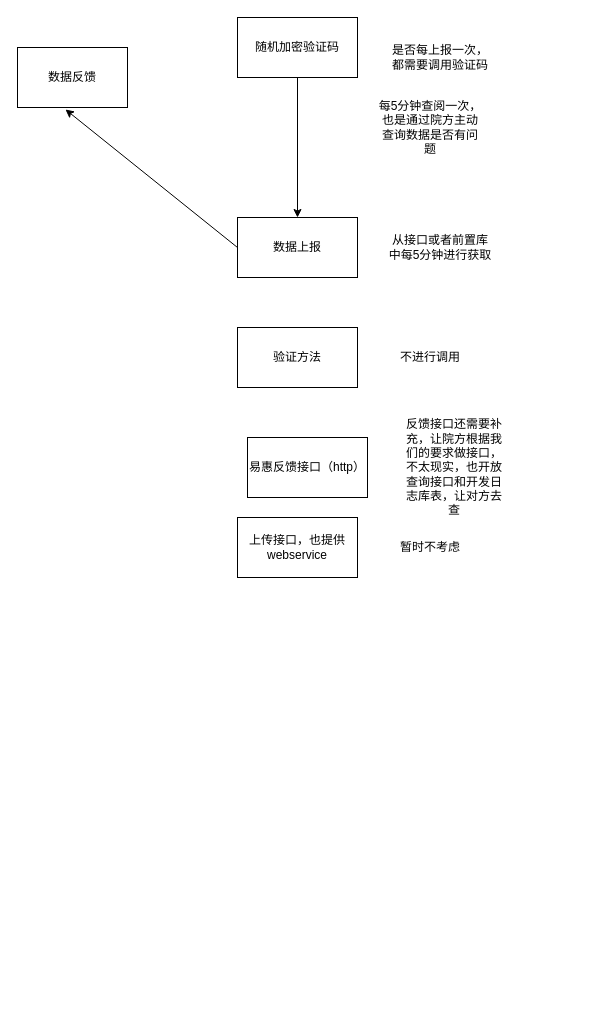
Earlier version of the draw.io diagram source/传染病监测方案流程.drawio (SmileCJX/processon). Source tidied: cells renumbered, new cells numbered last; positions are measured from the earlier drawing's top-left corner, leaving out a move shared by most shapes. Both pictures are drawn from the tidied source at 100%, with x=0, y=0 at pixel (17, 17).
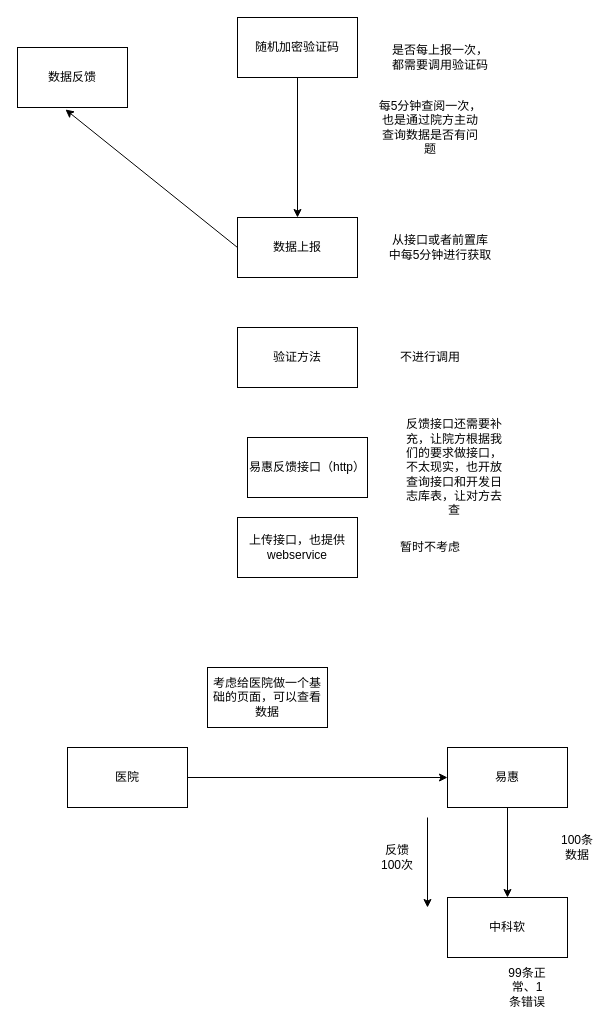
The same diagram, later.

Commit message (it also covers changes not shown here):
更新传染病监测方案流程.drawio

The edit, as a diff of the source:
```diff
@@
+    <mxCell id="16" value="医院" style="rounded=0;whiteSpace=wrap;html=1;" parent="1" vertex="1">
+      <mxGeometry x="50" y="730" width="120" height="60" as="geometry" />
+    </mxCell>
+    <mxCell id="17" style="endArrow=classic;html=1;exitX=1;exitY=0.5;exitDx=0;exitDy=0;entryX=0;entryY=0.5;entryDx=0;entryDy=0;" parent="1" edge="1" source="16" target="18">
+      <mxGeometry relative="1" as="geometry" />
+    </mxCell>
+    <mxCell id="18" value="易惠" style="rounded=0;whiteSpace=wrap;html=1;" parent="1" vertex="1">
+      <mxGeometry x="430" y="730" width="120" height="60" as="geometry" />
+    </mxCell>
+    <mxCell id="19" value="中科软" style="rounded=0;whiteSpace=wrap;html=1;" parent="1" vertex="1">
+      <mxGeometry x="430" y="880" width="120" height="60" as="geometry" />
+    </mxCell>
+    <mxCell id="20" style="endArrow=classic;html=1;exitX=0.5;exitY=1;exitDx=0;exitDy=0;entryX=0.5;entryY=0;entryDx=0;entryDy=0;" parent="1" edge="1" source="18" target="19">
+      <mxGeometry relative="1" as="geometry" />
+    </mxCell>
+    <mxCell id="21" value="100条数据" style="text;html=1;strokeColor=none;fillColor=none;align=center;verticalAlign=middle;whiteSpace=wrap;rounded=0;" parent="1" vertex="1">
+      <mxGeometry x="540" y="820" width="40" height="20" as="geometry" />
+    </mxCell>
+    <mxCell id="22" value="99条正常、1条错误" style="text;html=1;strokeColor=none;fillColor=none;align=center;verticalAlign=middle;whiteSpace=wrap;rounded=0;" parent="1" vertex="1">
+      <mxGeometry x="490" y="960" width="40" height="20" as="geometry" />
+    </mxCell>
+    <mxCell id="23" style="endArrow=classic;html=1;" parent="1" edge="1">
+      <mxGeometry relative="1" as="geometry">
+        <mxPoint x="410" y="800" as="sourcePoint" />
+        <mxPoint x="410" y="890" as="targetPoint" />
+      </mxGeometry>
+    </mxCell>
+    <mxCell id="24" value="反馈 100次" style="text;html=1;strokeColor=none;fillColor=none;align=center;verticalAlign=middle;whiteSpace=wrap;rounded=0;" parent="1" vertex="1">
+      <mxGeometry x="360" y="830" width="40" height="20" as="geometry" />
+    </mxCell>
+    <mxCell id="25" value="考虑给医院做一个基础的页面，可以查看数据" style="rounded=0;whiteSpace=wrap;html=1;" parent="1" vertex="1">
+      <mxGeometry x="190" y="650" width="120" height="60" as="geometry" />
+    </mxCell>
```
